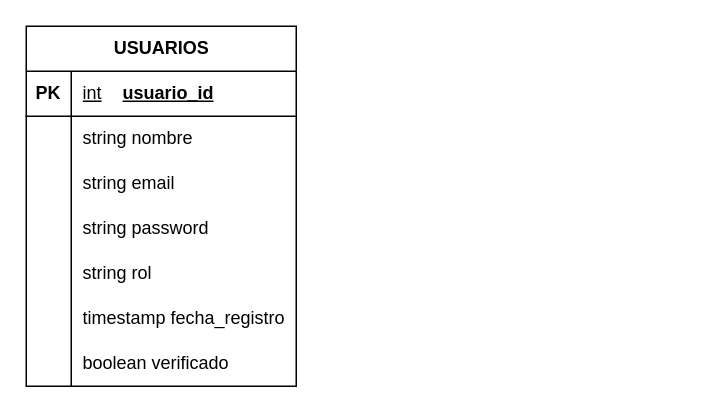
Above: DiagramaBASEDEDATOS.drawio in Asnarck7/Diagramas (draw.io), before the change. Source tidied: cells renumbered, new cells numbered last; positions are measured from the earlier drawing's top-left corner, leaving out a move shared by most shapes. Both pictures are drawn from the tidied source at 150%, with x=0, y=0 at pixel (26, 26).
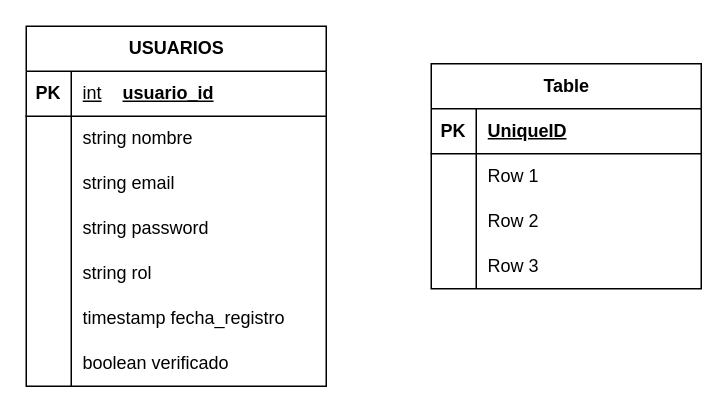
The same page after the edit.

Change to the diagram source:
```diff
@@
     <mxCell id="2" value="USUARIOS" style="shape=table;startSize=30;childLayout=tableLayout;rowLines=0;fontStyle=1;align=center;html=1;" parent="1" vertex="1">
-      <mxGeometry width="180" height="240" as="geometry" />
+      <mxGeometry width="200" height="240" as="geometry" />
     </mxCell>
     <mxCell id="3" style="shape=tableRow;horizontal=0;startSize=0;swimlaneHead=0;swimlaneBody=0;fillColor=none;top=0;left=0;right=0;bottom=1;" parent="2" vertex="1">
-      <mxGeometry y="30" width="180" height="30" as="geometry" />
+      <mxGeometry y="30" width="200" height="30" as="geometry" />
     </mxCell>
@@
     <mxCell id="5" value="&lt;span style=&quot;font-weight: 400;&quot;&gt;int&lt;span style=&quot;white-space: pre;&quot;&gt;&#9;&lt;/span&gt;&lt;/span&gt;usuario_id&lt;span style=&quot;white-space: pre;&quot;&gt;&#9;&lt;/span&gt;" style="shape=partialRectangle;fillColor=none;top=0;left=0;bottom=0;right=0;align=left;spacingLeft=6;fontStyle=5;overflow=hidden;whiteSpace=wrap;html=1;" parent="3" vertex="1">
-      <mxGeometry x="30" width="150" height="30" as="geometry" />
+      <mxGeometry x="30" width="170" height="30" as="geometry" />
     </mxCell>
     <mxCell id="6" style="shape=tableRow;horizontal=0;startSize=0;swimlaneHead=0;swimlaneBody=0;fillColor=none;top=0;left=0;right=0;bottom=0;" parent="2" vertex="1">
-      <mxGeometry y="60" width="180" height="30" as="geometry" />
+      <mxGeometry y="60" width="200" height="30" as="geometry" />
     </mxCell>
@@
     <mxCell id="8" value="string nombre" style="shape=partialRectangle;fillColor=none;top=0;left=0;bottom=0;right=0;align=left;spacingLeft=6;overflow=hidden;whiteSpace=wrap;html=1;" parent="6" vertex="1">
-      <mxGeometry x="30" width="150" height="30" as="geometry" />
+      <mxGeometry x="30" width="170" height="30" as="geometry" />
     </mxCell>
     <mxCell id="9" style="shape=tableRow;horizontal=0;startSize=0;swimlaneHead=0;swimlaneBody=0;fillColor=none;top=0;left=0;right=0;bottom=0;" parent="2" vertex="1">
-      <mxGeometry y="90" width="180" height="30" as="geometry" />
+      <mxGeometry y="90" width="200" height="30" as="geometry" />
     </mxCell>
@@
     <mxCell id="11" value="string email" style="shape=partialRectangle;fillColor=none;top=0;left=0;bottom=0;right=0;align=left;spacingLeft=6;overflow=hidden;whiteSpace=wrap;html=1;" parent="9" vertex="1">
-      <mxGeometry x="30" width="150" height="30" as="geometry" />
+      <mxGeometry x="30" width="170" height="30" as="geometry" />
     </mxCell>
     <mxCell id="12" style="shape=tableRow;horizontal=0;startSize=0;swimlaneHead=0;swimlaneBody=0;fillColor=none;top=0;left=0;right=0;bottom=0;" parent="2" vertex="1">
-      <mxGeometry y="120" width="180" height="30" as="geometry" />
+      <mxGeometry y="120" width="200" height="30" as="geometry" />
     </mxCell>
@@
     <mxCell id="14" value="string password" style="shape=partialRectangle;fillColor=none;top=0;left=0;bottom=0;right=0;align=left;spacingLeft=6;overflow=hidden;whiteSpace=wrap;html=1;" parent="12" vertex="1">
-      <mxGeometry x="30" width="150" height="30" as="geometry" />
+      <mxGeometry x="30" width="170" height="30" as="geometry" />
     </mxCell>
     <mxCell id="15" style="shape=tableRow;horizontal=0;startSize=0;swimlaneHead=0;swimlaneBody=0;fillColor=none;top=0;left=0;right=0;bottom=0;" parent="2" vertex="1">
-      <mxGeometry y="150" width="180" height="30" as="geometry" />
+      <mxGeometry y="150" width="200" height="30" as="geometry" />
     </mxCell>
@@
     <mxCell id="17" value="string rol" style="shape=partialRectangle;fillColor=none;top=0;left=0;bottom=0;right=0;align=left;spacingLeft=6;overflow=hidden;whiteSpace=wrap;html=1;" parent="15" vertex="1">
-      <mxGeometry x="30" width="150" height="30" as="geometry" />
+      <mxGeometry x="30" width="170" height="30" as="geometry" />
     </mxCell>
     <mxCell id="18" style="shape=tableRow;horizontal=0;startSize=0;swimlaneHead=0;swimlaneBody=0;fillColor=none;top=0;left=0;right=0;bottom=0;" parent="2" vertex="1">
-      <mxGeometry y="180" width="180" height="30" as="geometry" />
+      <mxGeometry y="180" width="200" height="30" as="geometry" />
     </mxCell>
@@
     <mxCell id="20" value="timestamp fecha_registro" style="shape=partialRectangle;fillColor=none;top=0;left=0;bottom=0;right=0;align=left;spacingLeft=6;overflow=hidden;whiteSpace=wrap;html=1;" parent="18" vertex="1">
-      <mxGeometry x="30" width="150" height="30" as="geometry" />
+      <mxGeometry x="30" width="170" height="30" as="geometry" />
     </mxCell>
     <mxCell id="21" style="shape=tableRow;horizontal=0;startSize=0;swimlaneHead=0;swimlaneBody=0;fillColor=none;top=0;left=0;right=0;bottom=0;" parent="2" vertex="1">
-      <mxGeometry y="210" width="180" height="30" as="geometry" />
+      <mxGeometry y="210" width="200" height="30" as="geometry" />
     </mxCell>
@@
     <mxCell id="23" value="boolean verificado" style="shape=partialRectangle;fillColor=none;top=0;left=0;bottom=0;right=0;align=left;spacingLeft=6;overflow=hidden;whiteSpace=wrap;html=1;" parent="21" vertex="1">
-      <mxGeometry x="30" width="150" height="30" as="geometry" />
+      <mxGeometry x="30" width="170" height="30" as="geometry" />
     </mxCell>
+    <mxCell id="24" value="Table" style="shape=table;startSize=30;childLayout=tableLayout;rowLines=0;fontStyle=1;align=center;html=1;" parent="1" vertex="1">
+      <mxGeometry x="270" y="25" width="180" height="150" as="geometry" />
+    </mxCell>
+    <mxCell id="25" style="shape=tableRow;horizontal=0;startSize=0;swimlaneHead=0;swimlaneBody=0;fillColor=none;top=0;left=0;right=0;bottom=1;" parent="24" vertex="1">
+      <mxGeometry y="30" width="180" height="30" as="geometry" />
+    </mxCell>
+    <mxCell id="26" value="PK" style="shape=partialRectangle;fillColor=none;top=0;left=0;bottom=0;right=0;fontStyle=1;overflow=hidden;whiteSpace=wrap;html=1;" parent="25" vertex="1">
+      <mxGeometry width="30" height="30" as="geometry" />
+    </mxCell>
+    <mxCell id="27" value="UniqueID" style="shape=partialRectangle;fillColor=none;top=0;left=0;bottom=0;right=0;align=left;spacingLeft=6;fontStyle=5;overflow=hidden;whiteSpace=wrap;html=1;" parent="25" vertex="1">
+      <mxGeometry x="30" width="150" height="30" as="geometry" />
+    </mxCell>
+    <mxCell id="28" style="shape=tableRow;horizontal=0;startSize=0;swimlaneHead=0;swimlaneBody=0;fillColor=none;top=0;left=0;right=0;bottom=0;" parent="24" vertex="1">
+      <mxGeometry y="60" width="180" height="30" as="geometry" />
+    </mxCell>
+    <mxCell id="29" style="shape=partialRectangle;fillColor=none;top=0;left=0;bottom=0;right=0;overflow=hidden;whiteSpace=wrap;html=1;" parent="28" vertex="1">
+      <mxGeometry width="30" height="30" as="geometry" />
+    </mxCell>
+    <mxCell id="30" value="Row 1" style="shape=partialRectangle;fillColor=none;top=0;left=0;bottom=0;right=0;align=left;spacingLeft=6;overflow=hidden;whiteSpace=wrap;html=1;" parent="28" vertex="1">
+      <mxGeometry x="30" width="150" height="30" as="geometry" />
+    </mxCell>
+    <mxCell id="31" style="shape=tableRow;horizontal=0;startSize=0;swimlaneHead=0;swimlaneBody=0;fillColor=none;top=0;left=0;right=0;bottom=0;" parent="24" vertex="1">
+      <mxGeometry y="90" width="180" height="30" as="geometry" />
+    </mxCell>
+    <mxCell id="32" style="shape=partialRectangle;fillColor=none;top=0;left=0;bottom=0;right=0;overflow=hidden;whiteSpace=wrap;html=1;" parent="31" vertex="1">
+      <mxGeometry width="30" height="30" as="geometry" />
+    </mxCell>
+    <mxCell id="33" value="Row 2" style="shape=partialRectangle;fillColor=none;top=0;left=0;bottom=0;right=0;align=left;spacingLeft=6;overflow=hidden;whiteSpace=wrap;html=1;" parent="31" vertex="1">
+      <mxGeometry x="30" width="150" height="30" as="geometry" />
+    </mxCell>
+    <mxCell id="34" style="shape=tableRow;horizontal=0;startSize=0;swimlaneHead=0;swimlaneBody=0;fillColor=none;top=0;left=0;right=0;bottom=0;" parent="24" vertex="1">
+      <mxGeometry y="120" width="180" height="30" as="geometry" />
+    </mxCell>
+    <mxCell id="35" style="shape=partialRectangle;fillColor=none;top=0;left=0;bottom=0;right=0;overflow=hidden;whiteSpace=wrap;html=1;" parent="34" vertex="1">
+      <mxGeometry width="30" height="30" as="geometry" />
+    </mxCell>
+    <mxCell id="36" value="Row 3" style="shape=partialRectangle;fillColor=none;top=0;left=0;bottom=0;right=0;align=left;spacingLeft=6;overflow=hidden;whiteSpace=wrap;html=1;" parent="34" vertex="1">
+      <mxGeometry x="30" width="150" height="30" as="geometry" />
+    </mxCell>
```
